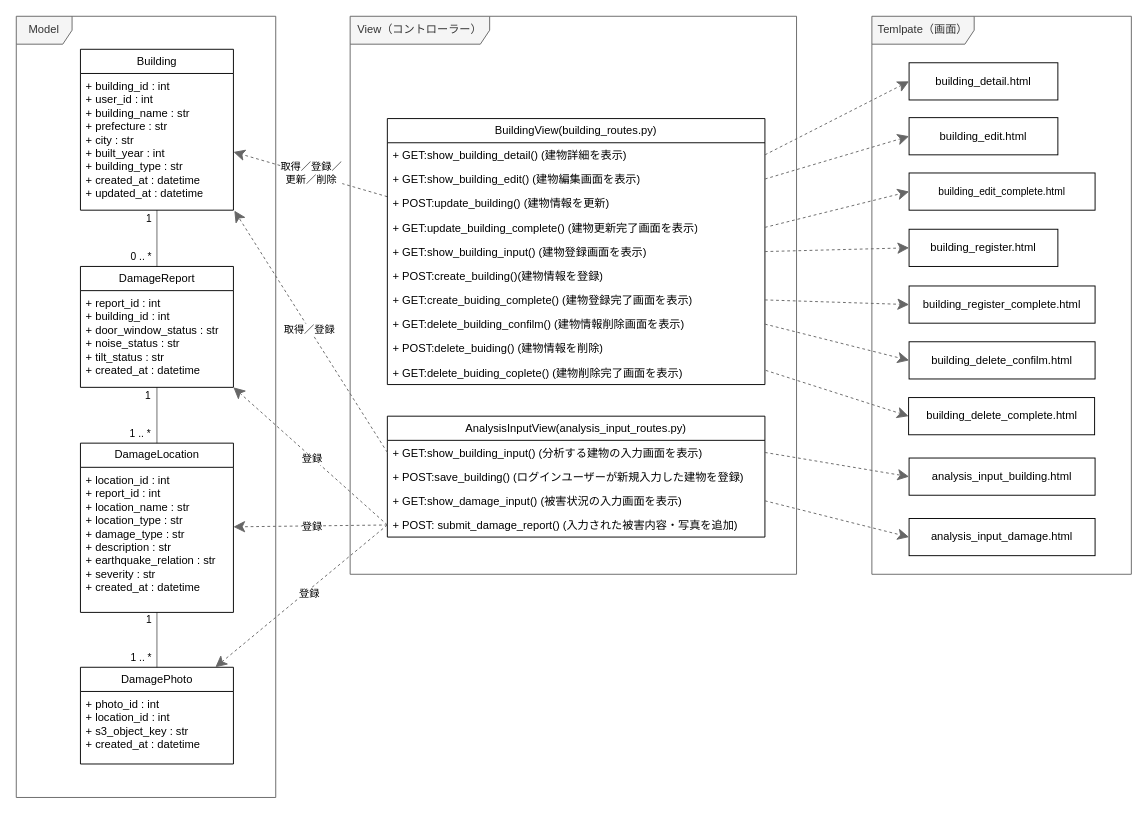
Before: page "情報入力／登録" (2 of 5) of 20_システム設計書/図25_クラス.drawio in Kotarou-Tanoue/tanouesoftware, a draw.io diagram. Source tidied: cells renumbered, new cells numbered last; positions are measured from the earlier drawing's top-left corner, leaving out a move shared by most shapes. Both pictures are drawn from the tidied source at 93%, with x=0, y=0 at pixel (16, 16).
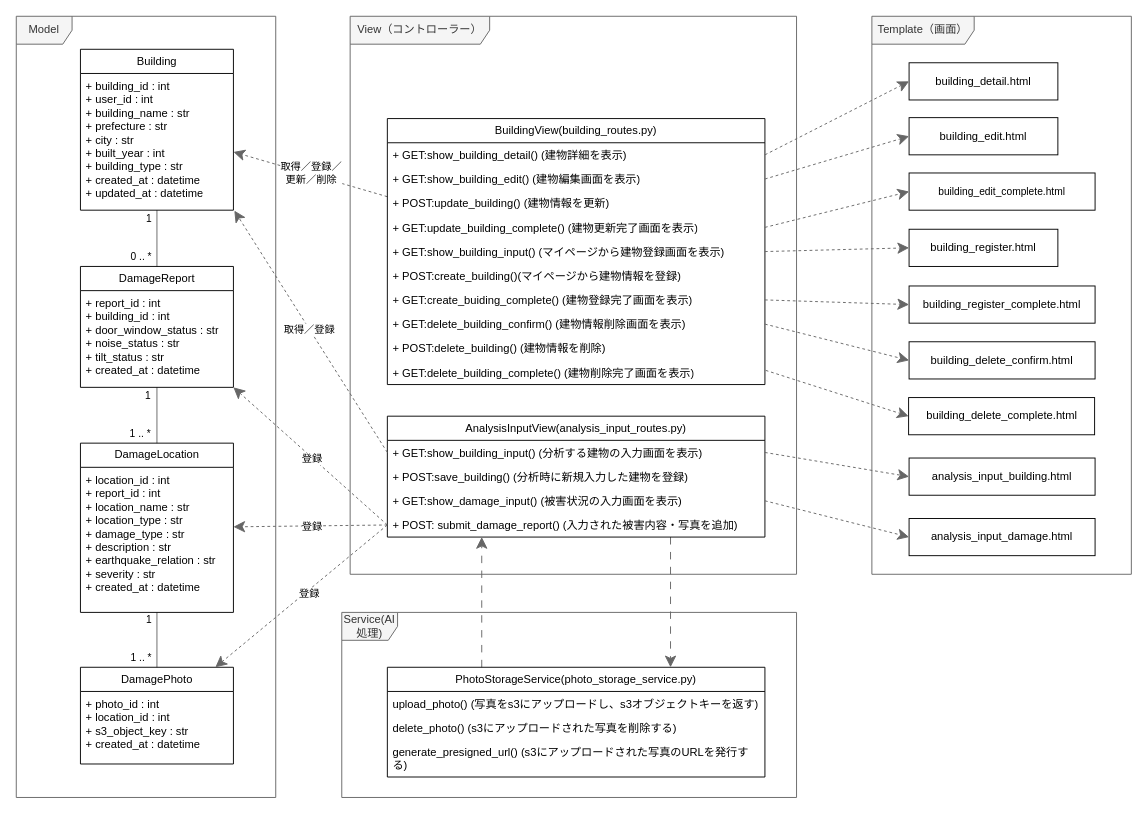
The same page after the edit.

The change refers to these unchanged cells:
```xml
<mxCell id="24" value="BuildingView(building_routes.py)" style="swimlane;fontStyle=0;horizontal=1;startSize=26;fillColor=none;whiteSpace=wrap;html=1;" parent="1" vertex="1">
  <mxGeometry x="399" y="110" width="406" height="286" as="geometry" />
</mxCell>
<mxCell id="37" value="AnalysisInputView(analysis_input_routes.py)" style="swimlane;fontStyle=0;horizontal=1;startSize=26;fillColor=none;whiteSpace=wrap;html=1;" parent="1" vertex="1">
  <mxGeometry x="399" y="430" width="406" height="130" as="geometry" />
</mxCell>
```

Change to the diagram source:
```diff
@@
+    <mxCell id="66" value="Service(AI処理)" style="shape=umlFrame;whiteSpace=wrap;html=1;fillColor=#f5f5f5;fontColor=#333333;strokeColor=#666666;swimlaneFillColor=#FFFFFF;" parent="1" vertex="1">
+      <mxGeometry x="350" y="641" width="489" height="199" as="geometry" />
+    </mxCell>
@@
-    <mxCell id="4" value="Temlpate（画面）" style="shape=umlFrame;whiteSpace=wrap;html=1;fillColor=#f5f5f5;fontColor=#333333;strokeColor=#666666;swimlaneFillColor=#FFFFFF;width=110;height=30;" parent="1" vertex="1">
+    <mxCell id="4" value="Template（画面）" style="shape=umlFrame;whiteSpace=wrap;html=1;fillColor=#f5f5f5;fontColor=#333333;strokeColor=#666666;swimlaneFillColor=#FFFFFF;width=110;height=30;" parent="1" vertex="1">
       <mxGeometry x="920" width="279" height="600" as="geometry" />
     </mxCell>
@@
-    <mxCell id="29" value="+ GET:show_building_input() (建物登録画面を表示)" style="text;strokeColor=none;fillColor=none;align=left;verticalAlign=top;spacingLeft=4;spacingRight=4;overflow=hidden;whiteSpace=wrap;html=1;" parent="24" vertex="1">
+    <mxCell id="29" value="+ GET:show_building_input() (マイページから建物登録画面を表示)" style="text;strokeColor=none;fillColor=none;align=left;verticalAlign=top;spacingLeft=4;spacingRight=4;overflow=hidden;whiteSpace=wrap;html=1;" parent="24" vertex="1">
       <mxGeometry y="130" width="406" height="26" as="geometry" />
     </mxCell>
-    <mxCell id="30" value="+ POST:create_building()(建物情報を登録)" style="text;strokeColor=none;fillColor=none;align=left;verticalAlign=top;spacingLeft=4;spacingRight=4;overflow=hidden;whiteSpace=wrap;html=1;" parent="24" vertex="1">
+    <mxCell id="30" value="+ POST:create_building()(マイページから建物情報を登録)" style="text;strokeColor=none;fillColor=none;align=left;verticalAlign=top;spacingLeft=4;spacingRight=4;overflow=hidden;whiteSpace=wrap;html=1;" parent="24" vertex="1">
       <mxGeometry y="156" width="406" height="26" as="geometry" />
     </mxCell>
@@
-    <mxCell id="32" value="+ GET:delete_building_confilm() (建物情報削除画面を表示)" style="text;strokeColor=none;fillColor=none;align=left;verticalAlign=top;spacingLeft=4;spacingRight=4;overflow=hidden;points=[[0,0.5],[1,0.5]];portConstraint=eastwest;whiteSpace=wrap;html=1;" parent="24" vertex="1">
+    <mxCell id="32" value="+ GET:delete_building_confirm() (建物情報削除画面を表示)" style="text;strokeColor=none;fillColor=none;align=left;verticalAlign=top;spacingLeft=4;spacingRight=4;overflow=hidden;points=[[0,0.5],[1,0.5]];portConstraint=eastwest;whiteSpace=wrap;html=1;" parent="24" vertex="1">
       <mxGeometry y="208" width="406" height="26" as="geometry" />
     </mxCell>
-    <mxCell id="33" value="+ POST:delete_buiding() (建物情報を削除)" style="text;strokeColor=none;fillColor=none;align=left;verticalAlign=top;spacingLeft=4;spacingRight=4;overflow=hidden;whiteSpace=wrap;html=1;" parent="24" vertex="1">
+    <mxCell id="33" value="+ POST:delete_building() (建物情報を削除)" style="text;strokeColor=none;fillColor=none;align=left;verticalAlign=top;spacingLeft=4;spacingRight=4;overflow=hidden;whiteSpace=wrap;html=1;" parent="24" vertex="1">
       <mxGeometry y="234" width="406" height="26" as="geometry" />
     </mxCell>
-    <mxCell id="34" value="+ GET:delete_buiding_coplete() (建物削除完了画面を表示)" style="text;strokeColor=none;fillColor=none;align=left;verticalAlign=top;spacingLeft=4;spacingRight=4;overflow=hidden;points=[[0,0.5],[1,0.5]];portConstraint=eastwest;whiteSpace=wrap;html=1;" parent="24" vertex="1">
+    <mxCell id="34" value="+ GET:delete_building_complete() (建物削除完了画面を表示)" style="text;strokeColor=none;fillColor=none;align=left;verticalAlign=top;spacingLeft=4;spacingRight=4;overflow=hidden;points=[[0,0.5],[1,0.5]];portConstraint=eastwest;whiteSpace=wrap;html=1;" parent="24" vertex="1">
       <mxGeometry y="260" width="406" height="26" as="geometry" />
     </mxCell>
@@
+    <mxCell id="67" style="edgeStyle=none;shape=connector;rounded=0;jettySize=auto;html=1;exitX=0.75;exitY=1;exitDx=0;exitDy=0;entryX=0.75;entryY=0;entryDx=0;entryDy=0;dashed=1;dashPattern=8 8;strokeColor=#666666;align=center;verticalAlign=middle;fontFamily=Helvetica;fontSize=11;fontColor=default;labelBackgroundColor=default;startSize=10;endArrow=classic;endFill=1;endSize=10;fillColor=#ffe6cc;" parent="1" edge="1" source="37" target="69">
+      <mxGeometry relative="1" as="geometry" />
+    </mxCell>
@@
-    <mxCell id="39" value="+ POST:save_building() (ログインユーザーが新規入力した建物を登録)" style="text;strokeColor=none;fillColor=none;align=left;verticalAlign=top;spacingLeft=4;spacingRight=4;overflow=hidden;whiteSpace=wrap;html=1;" parent="37" vertex="1">
+    <mxCell id="39" value="+ POST:save_building() (分析時に新規入力した建物を登録)" style="text;strokeColor=none;fillColor=none;align=left;verticalAlign=top;spacingLeft=4;spacingRight=4;overflow=hidden;whiteSpace=wrap;html=1;" parent="37" vertex="1">
       <mxGeometry y="52" width="406" height="26" as="geometry" />
     </mxCell>
@@
-    <mxCell id="47" value="building_delete_confilm.html" style="html=1;whiteSpace=wrap;" parent="1" vertex="1">
+    <mxCell id="47" value="building_delete_confirm.html" style="html=1;whiteSpace=wrap;" parent="1" vertex="1">
       <mxGeometry x="960" y="350" width="200" height="40" as="geometry" />
     </mxCell>
@@
+    <mxCell id="68" style="edgeStyle=none;shape=connector;rounded=0;jettySize=auto;html=1;exitX=0.25;exitY=0;exitDx=0;exitDy=0;entryX=0.25;entryY=1;entryDx=0;entryDy=0;dashed=1;dashPattern=8 8;strokeColor=#666666;align=center;verticalAlign=middle;fontFamily=Helvetica;fontSize=11;fontColor=default;labelBackgroundColor=default;startSize=10;endArrow=classic;endFill=1;endSize=10;fillColor=#ffe6cc;" parent="1" edge="1" source="69" target="37">
+      <mxGeometry relative="1" as="geometry" />
+    </mxCell>
+    <mxCell id="69" value="PhotoStorageService(photo_storage_service.py)" style="swimlane;fontStyle=0;horizontal=1;startSize=26;fillColor=none;whiteSpace=wrap;html=1;" parent="1" vertex="1">
+      <mxGeometry x="399" y="700" width="406" height="118" as="geometry" />
+    </mxCell>
+    <mxCell id="70" value="upload_photo() (写真をs3にアップロードし、s3オブジェクトキーを返す)" style="text;strokeColor=none;fillColor=none;align=left;verticalAlign=top;spacingLeft=4;spacingRight=4;overflow=hidden;whiteSpace=wrap;html=1;" parent="69" vertex="1">
+      <mxGeometry y="26" width="406" height="26" as="geometry" />
+    </mxCell>
+    <mxCell id="71" value="delete_photo() (s3にアップロードされた写真を削除する)" style="text;strokeColor=none;fillColor=none;align=left;verticalAlign=top;spacingLeft=4;spacingRight=4;overflow=hidden;whiteSpace=wrap;html=1;" parent="69" vertex="1">
+      <mxGeometry y="52" width="406" height="26" as="geometry" />
+    </mxCell>
+    <mxCell id="72" value="generate_presigned_url() (s3にアップロードされた写真のURLを発行する)" style="text;strokeColor=none;fillColor=none;align=left;verticalAlign=top;spacingLeft=4;spacingRight=4;overflow=hidden;whiteSpace=wrap;html=1;" parent="69" vertex="1">
+      <mxGeometry y="78" width="406" height="40" as="geometry" />
+    </mxCell>
```
